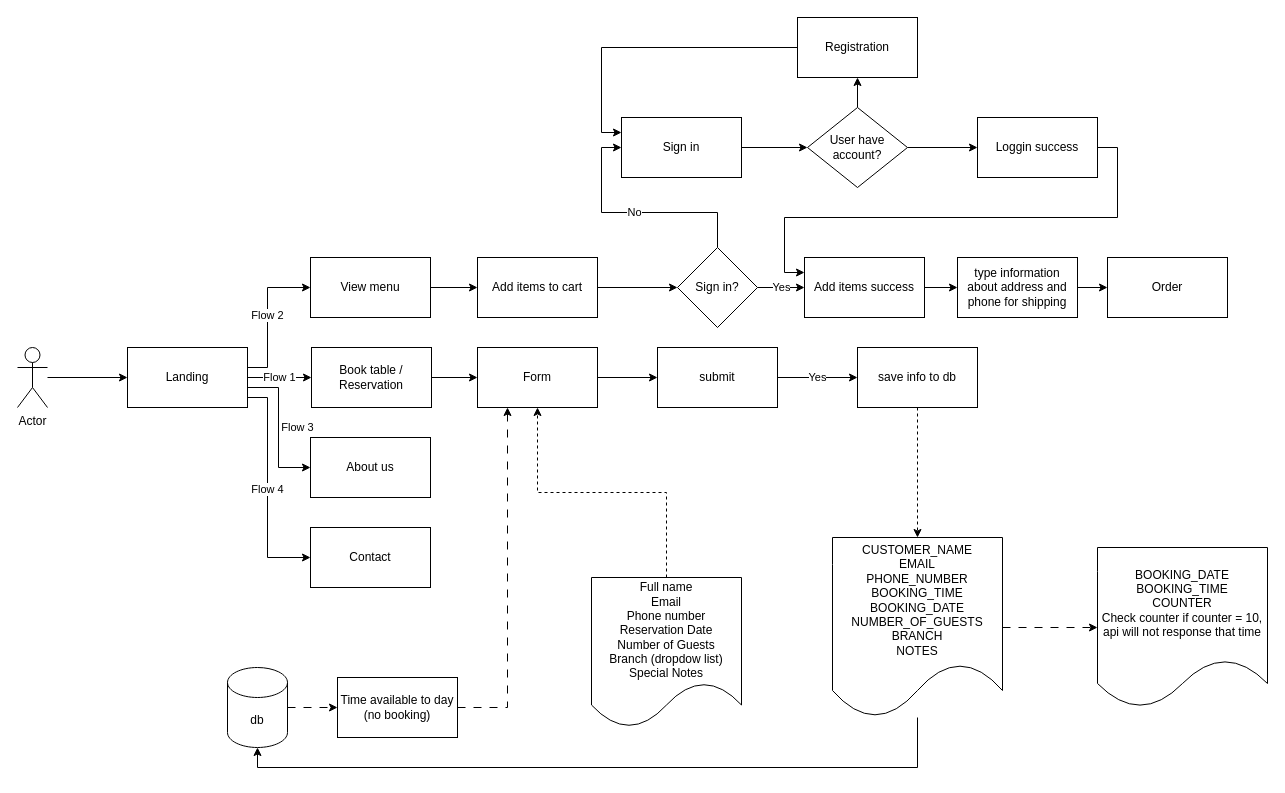
Before: Flow/flow-diagram.drawio in ducnguyen1206/sushi-website-document, a draw.io diagram. Source tidied: cells renumbered, new cells numbered last; positions are measured from the earlier drawing's top-left corner, leaving out a move shared by most shapes. Both pictures are drawn from the tidied source at 100%, with x=0, y=0 at pixel (17, 17).
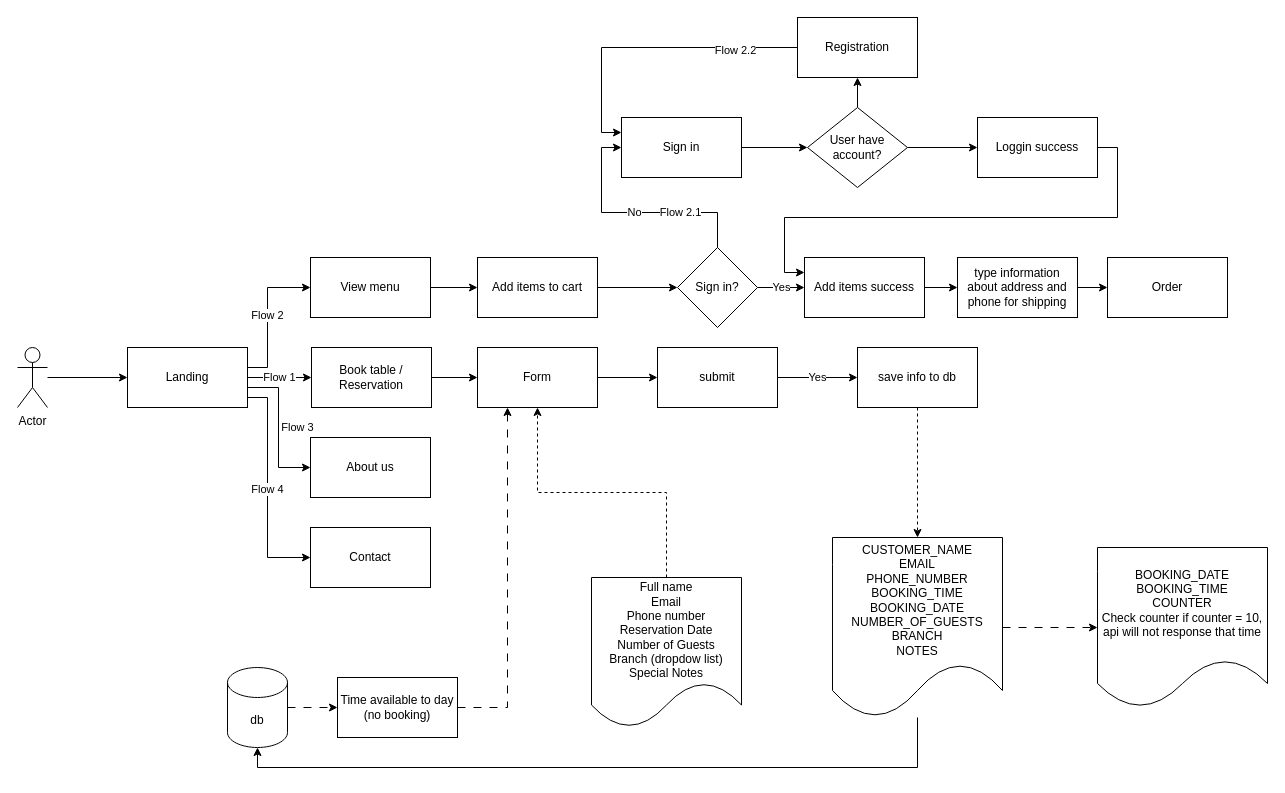
The same page after the edit.

The change refers to these unchanged cells:
```xml
<mxCell id="24" style="edgeStyle=orthogonalEdgeStyle;rounded=0;jettySize=auto;html=1;entryX=0;entryY=0.25;entryDx=0;entryDy=0;" parent="1" edge="1" source="25" target="18">
  <mxGeometry relative="1" as="geometry" />
</mxCell>
<mxCell id="31" value="No" style="edgeStyle=orthogonalEdgeStyle;rounded=0;jettySize=auto;html=1;entryX=0;entryY=0.5;entryDx=0;entryDy=0;" parent="1" edge="1" source="32" target="18">
  <mxGeometry relative="1" as="geometry" />
</mxCell>
```

Change to the diagram source:
```diff
@@
+    <mxCell id="50" value="Flow 2.2" style="edgeLabel;html=1;align=center;verticalAlign=middle;" parent="24" vertex="1">
+      <mxGeometry x="-0.58" y="2" relative="1" as="geometry" />
+    </mxCell>
@@
+    <mxCell id="51" value="Flow 2.1" style="edgeLabel;html=1;align=center;verticalAlign=middle;" parent="31" vertex="1">
+      <mxGeometry x="-0.38" y="-1" relative="1" as="geometry" />
+    </mxCell>
```
